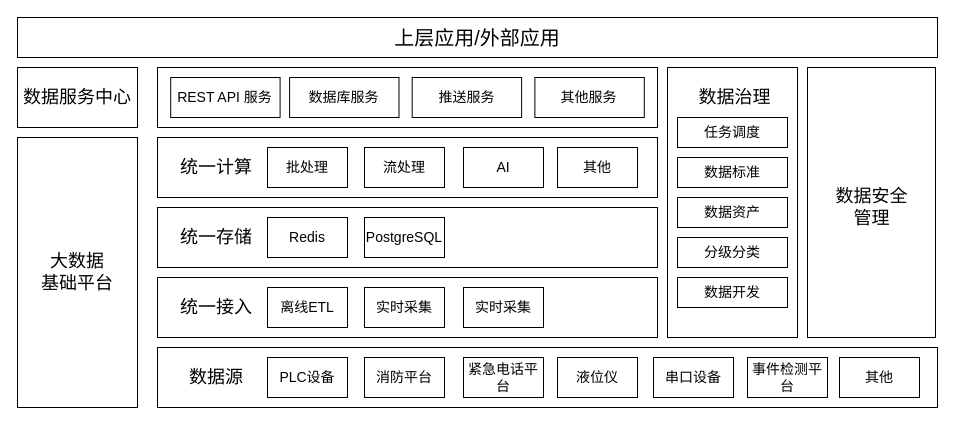
The draw.io diagram 大数据平台架构.drawio in kerwin58/drawio, before the edit. Source tidied: cells renumbered, new cells numbered last; positions are measured from the earlier drawing's top-left corner, leaving out a move shared by most shapes. Both pictures are drawn from the tidied source at 100%, with x=0, y=0 at pixel (17, 17).
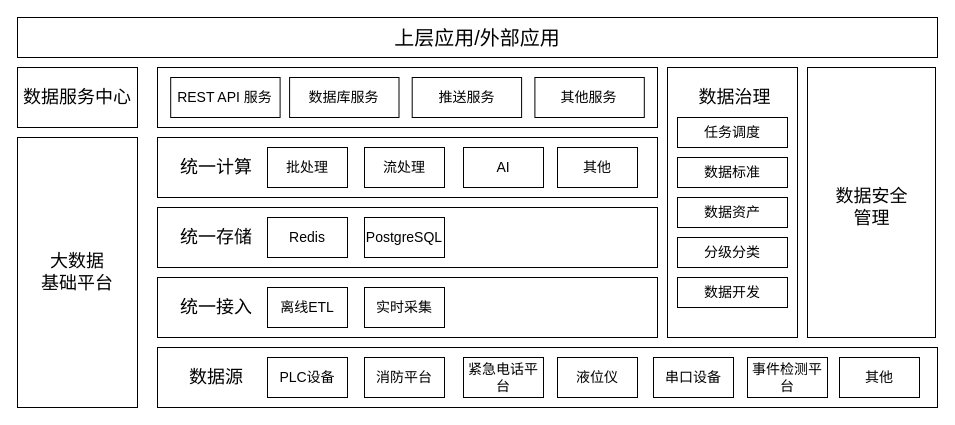
After the change.

Commit message (it also covers changes not shown here):
更新大数据平台架构.drawio

What changed in the source:
```diff
@@
-    <mxCell id="16" value="&lt;font style=&quot;font-size: 14px;&quot;&gt;实时采集&lt;/font&gt;" style="rounded=0;whiteSpace=wrap;html=1;" parent="1" vertex="1">
-      <mxGeometry x="446" y="270" width="80" height="40" as="geometry" />
-    </mxCell>
```
